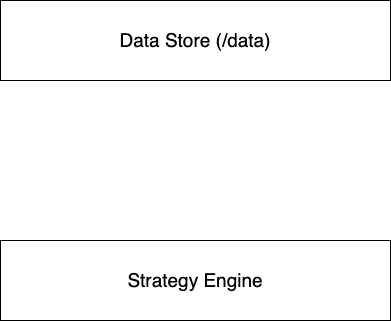
Above: doc/backtest.drawio.png in Jamesfryer1998/C-AlgoTrader (draw.io), before the change. Source tidied: cells renumbered, new cells last; positions are measured from the earlier drawing's top-left corner, leaving out a move shared by most shapes. The source it was exported from:
```xml
<mxGraphModel>
  <root>
    <mxCell id="0" />
    <mxCell id="1" parent="0" />
    <mxCell id="2" value="&lt;font style=&quot;font-size: 19px;&quot;&gt;Strategy Engine&lt;/font&gt;" style="rounded=0;whiteSpace=wrap;html=1;" parent="1" vertex="1">
      <mxGeometry y="240" width="390" height="80" as="geometry" />
    </mxCell>
    <mxCell id="3" value="&lt;font style=&quot;font-size: 19px;&quot;&gt;Data Store (/data)&lt;/font&gt;" style="rounded=0;whiteSpace=wrap;html=1;" parent="1" vertex="1">
      <mxGeometry width="390" height="80" as="geometry" />
    </mxCell>
  </root>
</mxGraphModel>
```
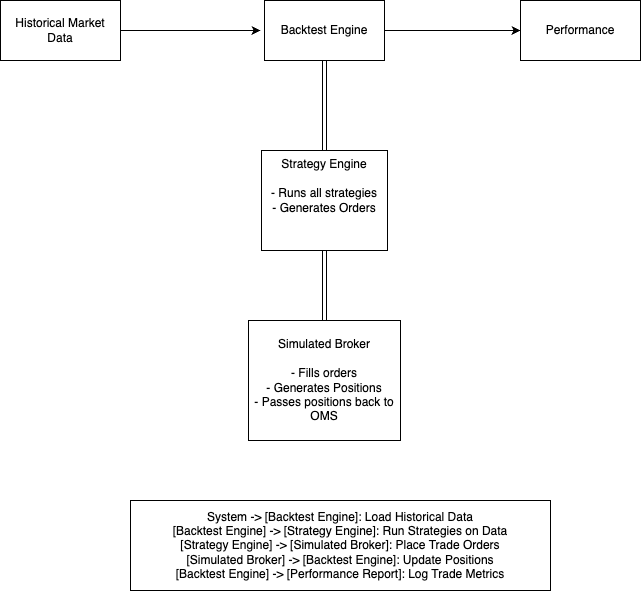
The same diagram one commit later.

What changed in the source:
```diff
@@ -2,11 +2,37 @@
   <root>
     <mxCell id="0" />
     <mxCell id="1" parent="0" />
-    <mxCell id="2" value="&lt;font style=&quot;font-size: 19px;&quot;&gt;Strategy Engine&lt;/font&gt;" style="rounded=0;whiteSpace=wrap;html=1;" parent="1" vertex="1">
-      <mxGeometry y="240" width="390" height="80" as="geometry" />
-    </mxCell>
-    <mxCell id="3" value="&lt;font style=&quot;font-size: 19px;&quot;&gt;Data Store (/data)&lt;/font&gt;" style="rounded=0;whiteSpace=wrap;html=1;" parent="1" vertex="1">
-      <mxGeometry width="390" height="80" as="geometry" />
-    </mxCell>
+    <mxCell id="4" style="edgeStyle=none;html=1;entryX=0.5;entryY=0;entryDx=0;entryDy=0;shape=link;" parent="1" edge="1" source="5" target="6">
+      <mxGeometry relative="1" as="geometry" />
+    </mxCell>
+    <mxCell id="5" value="Strategy Engine&lt;div&gt;&lt;br&gt;&lt;/div&gt;&lt;div&gt;- Runs all strategies&lt;/div&gt;&lt;div&gt;- Generates Orders&lt;/div&gt;&lt;div&gt;&lt;br&gt;&lt;/div&gt;&lt;div&gt;&lt;br&gt;&lt;/div&gt;" style="rounded=0;whiteSpace=wrap;html=1;" parent="1" vertex="1">
+      <mxGeometry x="141" y="160" width="126" height="100" as="geometry" />
+    </mxCell>
+    <mxCell id="6" value="Simulated Broker&lt;div&gt;&lt;br&gt;&lt;/div&gt;&lt;div&gt;- Fills orders&lt;/div&gt;&lt;div&gt;- Generates Positions&lt;/div&gt;&lt;div&gt;- Passes positions back to OMS&lt;/div&gt;" style="rounded=0;whiteSpace=wrap;html=1;" parent="1" vertex="1">
+      <mxGeometry x="128" y="330" width="152" height="120" as="geometry" />
+    </mxCell>
+    <mxCell id="7" value="Performance" style="rounded=0;whiteSpace=wrap;html=1;" parent="1" vertex="1">
+      <mxGeometry x="400" y="10" width="120" height="60" as="geometry" />
+    </mxCell>
+    <mxCell id="8" style="edgeStyle=none;html=1;entryX=0;entryY=0.5;entryDx=0;entryDy=0;" parent="1" edge="1" source="10" target="7">
+      <mxGeometry relative="1" as="geometry" />
+    </mxCell>
+    <mxCell id="9" style="edgeStyle=none;html=1;entryX=0.5;entryY=0;entryDx=0;entryDy=0;shape=link;" parent="1" edge="1" source="10" target="5">
+      <mxGeometry relative="1" as="geometry" />
+    </mxCell>
+    <mxCell id="10" value="Backtest Engine" style="rounded=0;whiteSpace=wrap;html=1;" parent="1" vertex="1">
+      <mxGeometry x="144" y="10" width="120" height="60" as="geometry" />
+    </mxCell>
+    <mxCell id="11" style="edgeStyle=none;html=1;" parent="1" edge="1" source="12">
+      <mxGeometry relative="1" as="geometry">
+        <mxPoint x="140" y="40" as="targetPoint" />
+      </mxGeometry>
+    </mxCell>
+    <mxCell id="12" value="Historical Market Data" style="rounded=0;whiteSpace=wrap;html=1;" parent="1" vertex="1">
+      <mxGeometry x="-120" y="10" width="120" height="60" as="geometry" />
+    </mxCell>
+    <mxCell id="13" value="&lt;font style=&quot;color: light-dark(rgb(0, 0, 0), rgb(255, 255, 255));&quot;&gt;&lt;span style=&quot;&quot; class=&quot;hljs-selector-tag&quot;&gt;System&lt;/span&gt; &lt;span style=&quot;&quot; class=&quot;hljs-selector-tag&quot;&gt;-&lt;/span&gt;&amp;gt; &lt;span style=&quot;&quot; class=&quot;hljs-selector-attr&quot;&gt;[Backtest Engine]&lt;/span&gt;: &lt;span style=&quot;&quot; class=&quot;hljs-selector-tag&quot;&gt;Load&lt;/span&gt; &lt;span style=&quot;&quot; class=&quot;hljs-selector-tag&quot;&gt;Historical&lt;/span&gt; &lt;span style=&quot;&quot; class=&quot;hljs-selector-tag&quot;&gt;Data&lt;/span&gt;&lt;br&gt;&lt;span style=&quot;&quot; class=&quot;hljs-selector-attr&quot;&gt;[Backtest Engine]&lt;/span&gt; &lt;span style=&quot;&quot; class=&quot;hljs-selector-tag&quot;&gt;-&lt;/span&gt;&amp;gt; &lt;span style=&quot;&quot; class=&quot;hljs-selector-attr&quot;&gt;[Strategy Engine]&lt;/span&gt;: &lt;span style=&quot;&quot; class=&quot;hljs-selector-tag&quot;&gt;Run&lt;/span&gt; &lt;span style=&quot;&quot; class=&quot;hljs-selector-tag&quot;&gt;Strategies&lt;/span&gt; &lt;span style=&quot;&quot; class=&quot;hljs-selector-tag&quot;&gt;on&lt;/span&gt; &lt;span style=&quot;&quot; class=&quot;hljs-selector-tag&quot;&gt;Data&lt;/span&gt;&lt;br&gt;&lt;span style=&quot;&quot; class=&quot;hljs-selector-attr&quot;&gt;[Strategy Engine]&lt;/span&gt; &lt;span style=&quot;&quot; class=&quot;hljs-selector-tag&quot;&gt;-&lt;/span&gt;&amp;gt; &lt;span style=&quot;&quot; class=&quot;hljs-selector-attr&quot;&gt;[Simulated Broker]&lt;/span&gt;: &lt;span style=&quot;&quot; class=&quot;hljs-selector-tag&quot;&gt;Place&lt;/span&gt; &lt;span style=&quot;&quot; class=&quot;hljs-selector-tag&quot;&gt;Trade&lt;/span&gt; &lt;span style=&quot;&quot; class=&quot;hljs-selector-tag&quot;&gt;Orders&lt;/span&gt;&lt;br&gt;&lt;span style=&quot;&quot; class=&quot;hljs-selector-attr&quot;&gt;[Simulated Broker]&lt;/span&gt; &lt;span style=&quot;&quot; class=&quot;hljs-selector-tag&quot;&gt;-&lt;/span&gt;&amp;gt; &lt;span style=&quot;&quot; class=&quot;hljs-selector-attr&quot;&gt;[Backtest Engine]&lt;/span&gt;: &lt;span style=&quot;&quot; class=&quot;hljs-selector-tag&quot;&gt;Update&lt;/span&gt; &lt;span style=&quot;&quot; class=&quot;hljs-selector-tag&quot;&gt;Positions&lt;/span&gt;&lt;br&gt;&lt;span style=&quot;&quot; class=&quot;hljs-selector-attr&quot;&gt;[Backtest Engine]&lt;/span&gt; &lt;span style=&quot;&quot; class=&quot;hljs-selector-tag&quot;&gt;-&lt;/span&gt;&amp;gt; &lt;span style=&quot;&quot; class=&quot;hljs-selector-attr&quot;&gt;[Performance Report]&lt;/span&gt;: &lt;span style=&quot;&quot; class=&quot;hljs-selector-tag&quot;&gt;Log&lt;/span&gt; &lt;span style=&quot;&quot; class=&quot;hljs-selector-tag&quot;&gt;Trade&lt;/span&gt; &lt;span style=&quot;&quot; class=&quot;hljs-selector-tag&quot;&gt;Metrics&lt;/span&gt;&lt;/font&gt;" style="whiteSpace=wrap;html=1;" parent="1" vertex="1">
+      <mxGeometry x="10" y="510" width="420" height="90" as="geometry" />
+    </mxCell>
   </root>
 </mxGraphModel>
```
